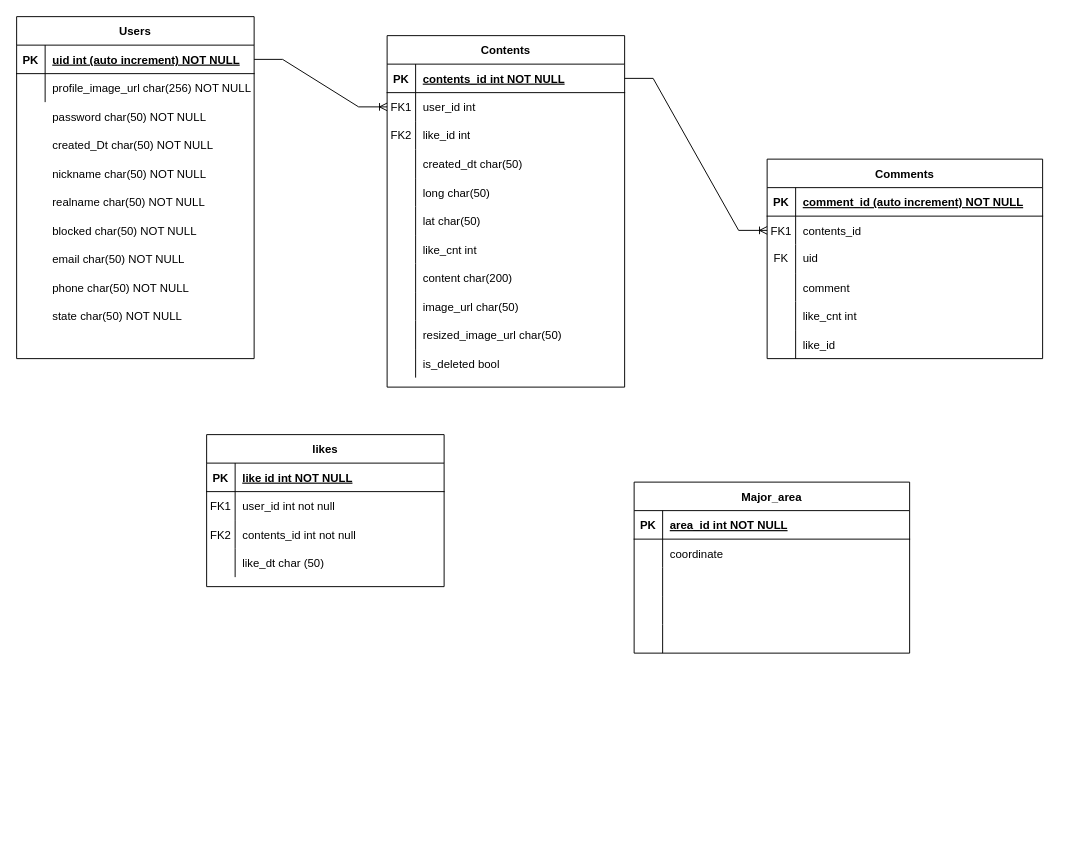
Earlier version of the draw.io diagram nostel_wireframe_based_v0.drawio (SangDoJoong/nostalgic-space-api). Source tidied: cells renumbered, new cells numbered last; positions are measured from the earlier drawing's top-left corner, leaving out a move shared by most shapes. Both pictures are drawn from the tidied source at 95%, with x=0, y=0 at pixel (16, 16).
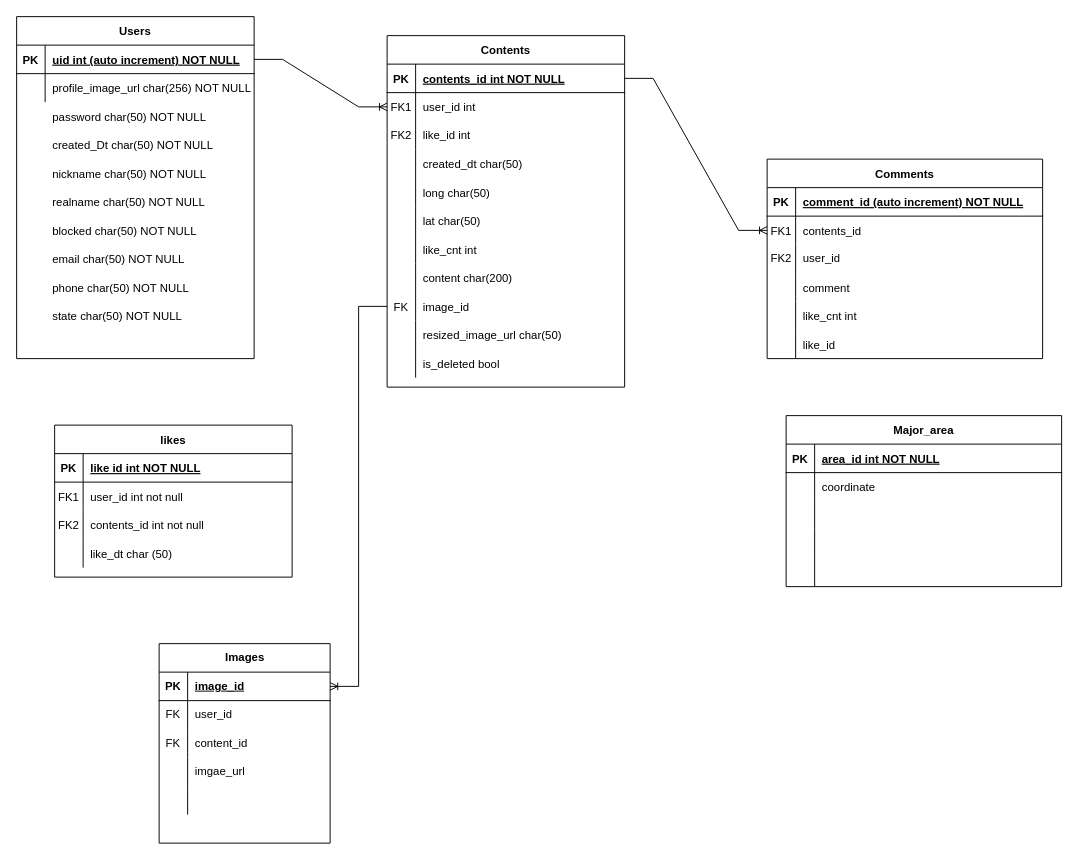
The same diagram, later.

Unchanged cells that the change refers to:
```xml
<mxCell id="27" style="shape=tableRow;horizontal=0;startSize=0;swimlaneHead=0;swimlaneBody=0;fillColor=none;points=[[0,0.5],[1,0.5]];portConstraint=eastwest;top=0;left=0;right=0;bottom=0;" parent="2" vertex="1">
  <mxGeometry y="270" width="250" height="30" as="geometry" />
</mxCell>
<mxCell id="71" style="shape=tableRow;horizontal=0;startSize=0;swimlaneHead=0;swimlaneBody=0;fillColor=none;top=0;left=0;right=0;bottom=0;" parent="64" vertex="1">
  <mxGeometry y="90" width="290" height="30" as="geometry" />
</mxCell>
```

The edit, as a diff of the source:
```diff
@@
-    <mxCell id="28" style="shape=partialRectangle;fillColor=none;top=0;left=0;bottom=0;right=0;overflow=hidden;" parent="27" vertex="1">
+    <mxCell id="28" value="FK" style="shape=partialRectangle;fillColor=none;top=0;left=0;bottom=0;right=0;overflow=hidden;" parent="27" vertex="1">
       <mxGeometry width="30" height="30" as="geometry" />
     </mxCell>
-    <mxCell id="29" value="image_url char(50)" style="shape=partialRectangle;fillColor=none;top=0;left=0;bottom=0;right=0;align=left;spacingLeft=6;overflow=hidden;" parent="27" vertex="1">
+    <mxCell id="29" value="image_id" style="shape=partialRectangle;fillColor=none;top=0;left=0;bottom=0;right=0;align=left;spacingLeft=6;overflow=hidden;" parent="27" vertex="1">
       <mxGeometry x="30" width="220" height="30" as="geometry" />
     </mxCell>
@@
     <mxCell id="36" value="likes" style="shape=table;startSize=30;childLayout=tableLayout;rowLines=0;fontStyle=1;align=center;" parent="1" vertex="1">
-      <mxGeometry x="200" y="440" width="250" height="160" as="geometry" />
+      <mxGeometry x="40" y="430" width="250" height="160" as="geometry" />
     </mxCell>
@@
-    <mxCell id="72" value="FK" style="shape=partialRectangle;fillColor=none;top=0;left=0;bottom=0;right=0;fontStyle=0;overflow=hidden;whiteSpace=wrap;html=1;" parent="71" vertex="1">
+    <mxCell id="72" value="FK2" style="shape=partialRectangle;fillColor=none;top=0;left=0;bottom=0;right=0;fontStyle=0;overflow=hidden;whiteSpace=wrap;html=1;" parent="71" vertex="1">
       <mxGeometry width="30" height="30" as="geometry" />
     </mxCell>
-    <mxCell id="73" value="uid" style="shape=partialRectangle;fillColor=none;top=0;left=0;bottom=0;right=0;align=left;spacingLeft=6;fontStyle=0;overflow=hidden;whiteSpace=wrap;html=1;" parent="71" vertex="1">
+    <mxCell id="73" value="user_id" style="shape=partialRectangle;fillColor=none;top=0;left=0;bottom=0;right=0;align=left;spacingLeft=6;fontStyle=0;overflow=hidden;whiteSpace=wrap;html=1;" parent="71" vertex="1">
       <mxGeometry x="30" width="260" height="30" as="geometry" />
     </mxCell>
@@
     <mxCell id="84" value="Major_area" style="shape=table;startSize=30;childLayout=tableLayout;rowLines=0;fontStyle=1;align=center;" parent="1" vertex="1">
-      <mxGeometry x="650" y="490" width="290" height="180" as="geometry" />
+      <mxGeometry x="810" y="420" width="290" height="180" as="geometry" />
     </mxCell>
@@
+    <mxCell id="101" value="Images" style="shape=table;startSize=30;childLayout=tableLayout;rowLines=0;fontStyle=1;align=center;html=1;" parent="1" vertex="1">
+      <mxGeometry x="150" y="660" width="180" height="210" as="geometry" />
+    </mxCell>
+    <mxCell id="102" style="shape=tableRow;horizontal=0;startSize=0;swimlaneHead=0;swimlaneBody=0;fillColor=none;points=[[0,0.5],[1,0.5]];portConstraint=eastwest;top=0;left=0;right=0;bottom=1;" parent="101" vertex="1">
+      <mxGeometry y="30" width="180" height="30" as="geometry" />
+    </mxCell>
+    <mxCell id="103" value="PK" style="shape=partialRectangle;fillColor=none;top=0;left=0;bottom=0;right=0;fontStyle=1;overflow=hidden;whiteSpace=wrap;html=1;" parent="102" vertex="1">
+      <mxGeometry width="30" height="30" as="geometry" />
+    </mxCell>
+    <mxCell id="104" value="image_id" style="shape=partialRectangle;fillColor=none;top=0;left=0;bottom=0;right=0;align=left;spacingLeft=6;fontStyle=5;overflow=hidden;whiteSpace=wrap;html=1;" parent="102" vertex="1">
+      <mxGeometry x="30" width="150" height="30" as="geometry" />
+    </mxCell>
+    <mxCell id="105" style="shape=tableRow;horizontal=0;startSize=0;swimlaneHead=0;swimlaneBody=0;fillColor=none;top=0;left=0;right=0;bottom=0;" parent="101" vertex="1">
+      <mxGeometry y="60" width="180" height="30" as="geometry" />
+    </mxCell>
+    <mxCell id="106" value="FK" style="shape=partialRectangle;fillColor=none;top=0;left=0;bottom=0;right=0;overflow=hidden;whiteSpace=wrap;html=1;" parent="105" vertex="1">
+      <mxGeometry width="30" height="30" as="geometry" />
+    </mxCell>
+    <mxCell id="107" value="user_id" style="shape=partialRectangle;fillColor=none;top=0;left=0;bottom=0;right=0;align=left;spacingLeft=6;overflow=hidden;whiteSpace=wrap;html=1;" parent="105" vertex="1">
+      <mxGeometry x="30" width="150" height="30" as="geometry" />
+    </mxCell>
+    <mxCell id="108" style="shape=tableRow;horizontal=0;startSize=0;swimlaneHead=0;swimlaneBody=0;fillColor=none;top=0;left=0;right=0;bottom=0;" parent="101" vertex="1">
+      <mxGeometry y="90" width="180" height="30" as="geometry" />
+    </mxCell>
+    <mxCell id="109" value="FK" style="shape=partialRectangle;fillColor=none;top=0;left=0;bottom=0;right=0;overflow=hidden;whiteSpace=wrap;html=1;" parent="108" vertex="1">
+      <mxGeometry width="30" height="30" as="geometry" />
+    </mxCell>
+    <mxCell id="110" value="content_id" style="shape=partialRectangle;fillColor=none;top=0;left=0;bottom=0;right=0;align=left;spacingLeft=6;overflow=hidden;whiteSpace=wrap;html=1;" parent="108" vertex="1">
+      <mxGeometry x="30" width="150" height="30" as="geometry" />
+    </mxCell>
+    <mxCell id="111" style="shape=tableRow;horizontal=0;startSize=0;swimlaneHead=0;swimlaneBody=0;fillColor=none;top=0;left=0;right=0;bottom=0;" parent="101" vertex="1">
+      <mxGeometry y="120" width="180" height="30" as="geometry" />
+    </mxCell>
+    <mxCell id="112" style="shape=partialRectangle;fillColor=none;top=0;left=0;bottom=0;right=0;overflow=hidden;whiteSpace=wrap;html=1;" parent="111" vertex="1">
+      <mxGeometry width="30" height="30" as="geometry" />
+    </mxCell>
+    <mxCell id="113" value="imgae_url" style="shape=partialRectangle;fillColor=none;top=0;left=0;bottom=0;right=0;align=left;spacingLeft=6;overflow=hidden;whiteSpace=wrap;html=1;" parent="111" vertex="1">
+      <mxGeometry x="30" width="150" height="30" as="geometry" />
+    </mxCell>
+    <mxCell id="114" style="shape=tableRow;horizontal=0;startSize=0;swimlaneHead=0;swimlaneBody=0;fillColor=none;top=0;left=0;right=0;bottom=0;" parent="101" vertex="1">
+      <mxGeometry y="150" width="180" height="30" as="geometry" />
+    </mxCell>
+    <mxCell id="115" style="shape=partialRectangle;fillColor=none;top=0;left=0;bottom=0;right=0;overflow=hidden;" parent="114" vertex="1">
+      <mxGeometry width="30" height="30" as="geometry" />
+    </mxCell>
+    <mxCell id="116" style="shape=partialRectangle;fillColor=none;top=0;left=0;bottom=0;right=0;align=left;spacingLeft=6;overflow=hidden;" parent="114" vertex="1">
+      <mxGeometry x="30" width="150" height="30" as="geometry" />
+    </mxCell>
+    <mxCell id="117" style="edgeStyle=entityRelationEdgeStyle;fontSize=12;html=1;endArrow=ERoneToMany;rounded=0;entryX=1;entryY=0.5;entryDx=0;entryDy=0;exitX=0;exitY=0.5;exitDx=0;exitDy=0;" parent="1" edge="1" source="27" target="102">
+      <mxGeometry relative="1" as="geometry">
+        <Array as="points">
+          <mxPoint x="75" y="600" />
+          <mxPoint x="365" y="585" />
+          <mxPoint x="485" y="425" />
+          <mxPoint x="165" y="515" />
+          <mxPoint x="225" y="560" />
+          <mxPoint x="215" y="580" />
+          <mxPoint x="165" y="565" />
+        </Array>
+      </mxGeometry>
+    </mxCell>
```
